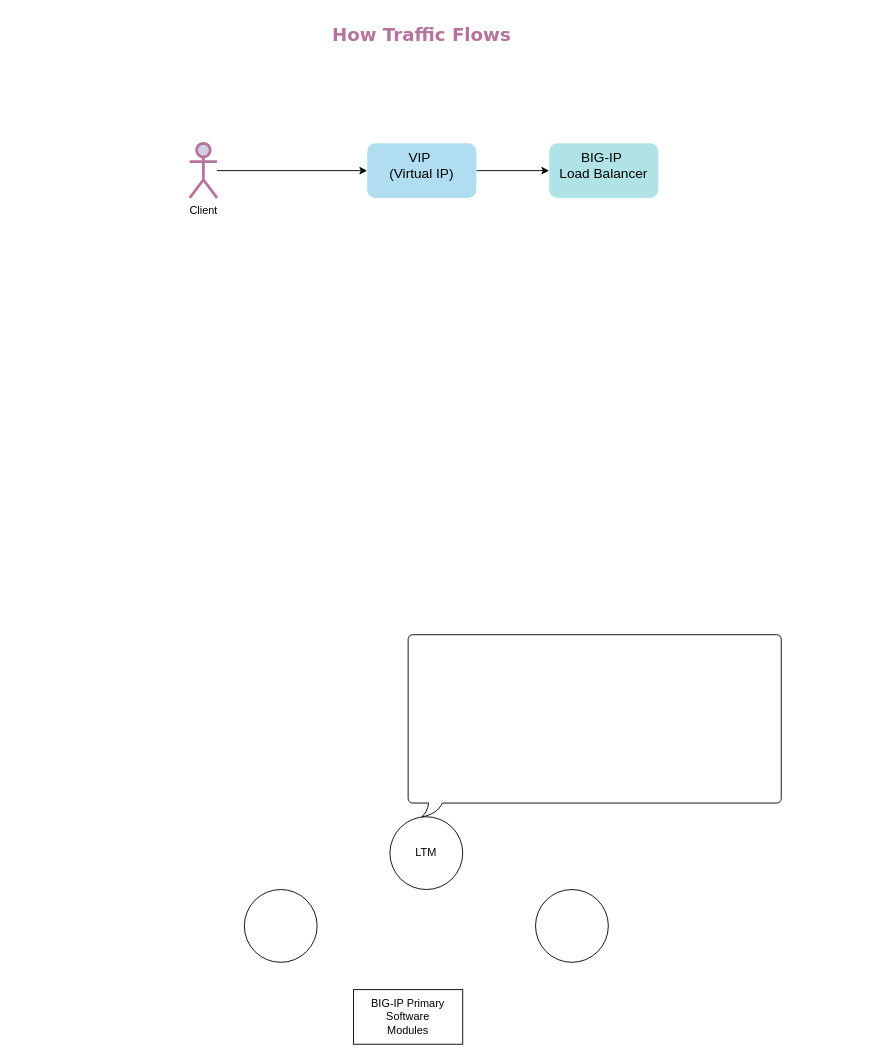
Above: bigIPSoftwareModules.drawio in shavinsenadheera/WSO2_LEARNING (draw.io), before the change. Source tidied: cells renumbered, new cells numbered last; positions are measured from the earlier drawing's top-left corner, leaving out a move shared by most shapes. Both pictures are drawn from the tidied source at 91%, with x=0, y=0 at pixel (189, 15). Pictures stored in the file or linked from it are replaced by grey dashed boxes.
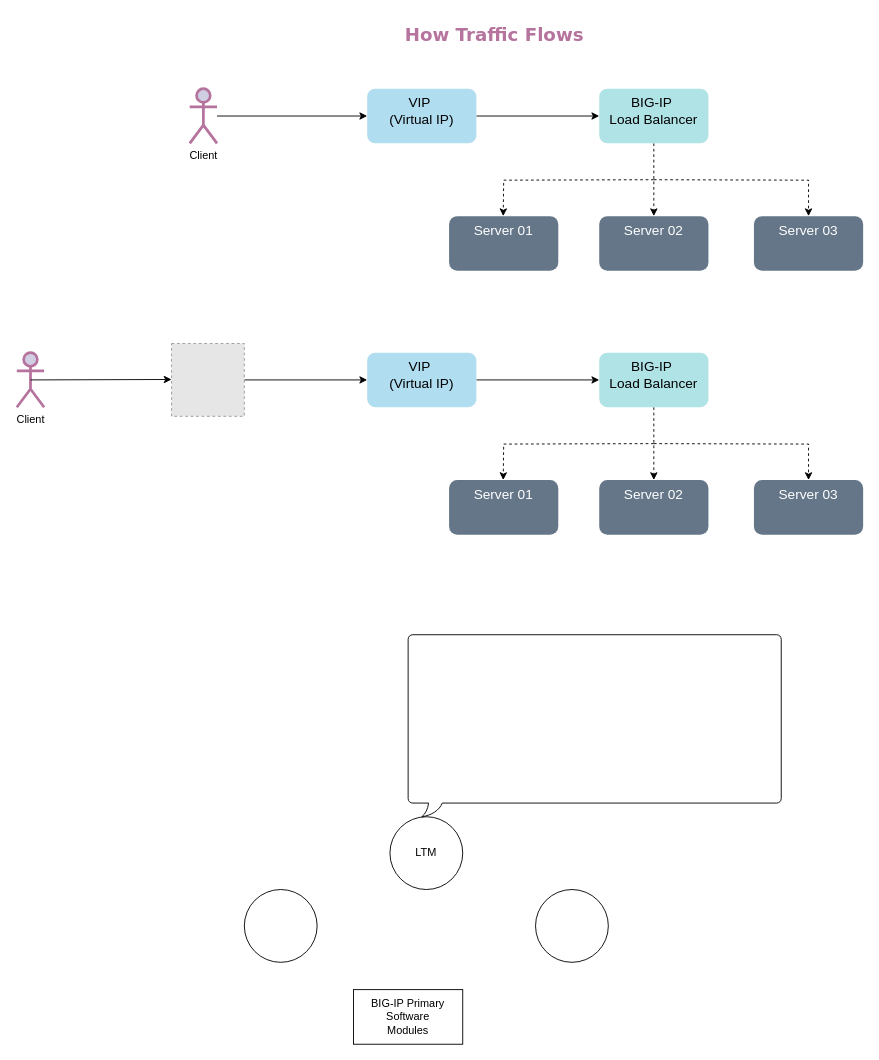
The same page after the edit.

Change to the diagram source:
```diff
@@
     <mxCell id="7" value="&lt;b&gt;&lt;font color=&quot;#b5739d&quot; face=&quot;Verdana&quot; style=&quot;font-size: 20px;&quot;&gt;How Traffic Flows&lt;/font&gt;&lt;/b&gt;" style="text;html=1;align=center;verticalAlign=middle;whiteSpace=wrap;rounded=0;" parent="1" vertex="1">
-      <mxGeometry x="50" width="410" height="40" as="geometry" />
+      <mxGeometry x="130" width="410" height="40" as="geometry" />
     </mxCell>
@@
     <mxCell id="9" value="Client" style="shape=umlActor;verticalLabelPosition=bottom;verticalAlign=top;html=1;outlineConnect=0;fillColor=#d0cee2;strokeColor=#B5739D;strokeWidth=3;" parent="1" vertex="1">
-      <mxGeometry y="140" width="30" height="60" as="geometry" />
+      <mxGeometry y="80" width="30" height="60" as="geometry" />
     </mxCell>
@@
     <mxCell id="11" value="&lt;font style=&quot;font-size: 15px;&quot;&gt;VIP&amp;nbsp;&lt;/font&gt;&lt;div&gt;&lt;font style=&quot;font-size: 15px;&quot;&gt;(Virtual IP)&lt;/font&gt;&lt;/div&gt;" style="rounded=1;whiteSpace=wrap;html=1;verticalAlign=top;fillColor=#b1ddf0;strokeColor=none;strokeWidth=3;" parent="1" vertex="1">
-      <mxGeometry x="195" y="140" width="120" height="60" as="geometry" />
+      <mxGeometry x="195" y="80" width="120" height="60" as="geometry" />
     </mxCell>
+    <mxCell id="13" style="edgeStyle=orthogonalEdgeStyle;rounded=0;jettySize=auto;html=1;dashed=1;" parent="1" edge="1" source="12" target="14">
+      <mxGeometry relative="1" as="geometry" />
+    </mxCell>
     <mxCell id="12" value="&lt;font style=&quot;font-size: 15px;&quot;&gt;BIG-IP&amp;nbsp;&lt;/font&gt;&lt;div style=&quot;font-size: 15px;&quot;&gt;&lt;font style=&quot;font-size: 15px;&quot;&gt;Load Balancer&lt;/font&gt;&lt;/div&gt;" style="rounded=1;whiteSpace=wrap;html=1;verticalAlign=top;fillColor=#b0e3e6;strokeColor=none;" parent="1" vertex="1">
-      <mxGeometry x="395" y="140" width="120" height="60" as="geometry" />
+      <mxGeometry x="450" y="80" width="120" height="60" as="geometry" />
     </mxCell>
+    <mxCell id="14" value="&lt;font style=&quot;font-size: 15px;&quot;&gt;Server 02&lt;/font&gt;" style="whiteSpace=wrap;html=1;verticalAlign=top;fillColor=#647687;strokeColor=none;rounded=1;fontColor=#ffffff;" parent="1" vertex="1">
+      <mxGeometry x="450" y="220" width="120" height="60" as="geometry" />
+    </mxCell>
+    <mxCell id="15" value="&lt;font style=&quot;font-size: 15px;&quot;&gt;Server 01&lt;/font&gt;" style="whiteSpace=wrap;html=1;verticalAlign=top;fillColor=#647687;strokeColor=none;rounded=1;fontColor=#ffffff;" parent="1" vertex="1">
+      <mxGeometry x="285" y="220" width="120" height="60" as="geometry" />
+    </mxCell>
+    <mxCell id="16" value="&lt;font style=&quot;font-size: 15px;&quot;&gt;Server 03&lt;/font&gt;" style="whiteSpace=wrap;html=1;verticalAlign=top;fillColor=#647687;strokeColor=none;rounded=1;fontColor=#ffffff;" parent="1" vertex="1">
+      <mxGeometry x="620" y="220" width="120" height="60" as="geometry" />
+    </mxCell>
+    <mxCell id="17" style="edgeStyle=orthogonalEdgeStyle;rounded=0;orthogonalLoop=1;jettySize=auto;html=1;dashed=1;" parent="1" edge="1">
+      <mxGeometry relative="1" as="geometry">
+        <mxPoint x="510" y="180" as="sourcePoint" />
+        <mxPoint x="344.5" y="220" as="targetPoint" />
+      </mxGeometry>
+    </mxCell>
+    <mxCell id="18" style="edgeStyle=orthogonalEdgeStyle;rounded=0;jettySize=auto;html=1;dashed=1;entryX=0.5;entryY=0;entryDx=0;entryDy=0;" parent="1" edge="1" target="16">
+      <mxGeometry relative="1" as="geometry">
+        <mxPoint x="510" y="180" as="sourcePoint" />
+      </mxGeometry>
+    </mxCell>
+    <mxCell id="19" style="edgeStyle=orthogonalEdgeStyle;rounded=0;jettySize=auto;html=1;exitX=1;exitY=0.5;exitDx=0;exitDy=0;" parent="1" edge="1" source="29" target="21">
+      <mxGeometry relative="1" as="geometry" />
+    </mxCell>
+    <mxCell id="20" style="edgeStyle=orthogonalEdgeStyle;rounded=0;jettySize=auto;html=1;" parent="1" edge="1" source="21" target="23">
+      <mxGeometry relative="1" as="geometry" />
+    </mxCell>
+    <mxCell id="21" value="&lt;font style=&quot;font-size: 15px;&quot;&gt;VIP&amp;nbsp;&lt;/font&gt;&lt;div&gt;&lt;font style=&quot;font-size: 15px;&quot;&gt;(Virtual IP)&lt;/font&gt;&lt;/div&gt;" style="rounded=1;whiteSpace=wrap;html=1;verticalAlign=top;fillColor=#b1ddf0;strokeColor=none;strokeWidth=3;" parent="1" vertex="1">
+      <mxGeometry x="195" y="370" width="120" height="60" as="geometry" />
+    </mxCell>
+    <mxCell id="22" style="edgeStyle=orthogonalEdgeStyle;rounded=0;jettySize=auto;html=1;dashed=1;" parent="1" edge="1" source="23" target="24">
+      <mxGeometry relative="1" as="geometry" />
+    </mxCell>
+    <mxCell id="23" value="&lt;font style=&quot;font-size: 15px;&quot;&gt;BIG-IP&amp;nbsp;&lt;/font&gt;&lt;div style=&quot;font-size: 15px;&quot;&gt;&lt;font style=&quot;font-size: 15px;&quot;&gt;Load Balancer&lt;/font&gt;&lt;/div&gt;" style="rounded=1;whiteSpace=wrap;html=1;verticalAlign=top;fillColor=#b0e3e6;strokeColor=none;" parent="1" vertex="1">
+      <mxGeometry x="450" y="370" width="120" height="60" as="geometry" />
+    </mxCell>
+    <mxCell id="24" value="&lt;font style=&quot;font-size: 15px;&quot;&gt;Server 02&lt;/font&gt;" style="whiteSpace=wrap;html=1;verticalAlign=top;fillColor=#647687;strokeColor=none;rounded=1;fontColor=#ffffff;" parent="1" vertex="1">
+      <mxGeometry x="450" y="510" width="120" height="60" as="geometry" />
+    </mxCell>
+    <mxCell id="25" value="&lt;font style=&quot;font-size: 15px;&quot;&gt;Server 01&lt;/font&gt;" style="whiteSpace=wrap;html=1;verticalAlign=top;fillColor=#647687;strokeColor=none;rounded=1;fontColor=#ffffff;" parent="1" vertex="1">
+      <mxGeometry x="285" y="510" width="120" height="60" as="geometry" />
+    </mxCell>
+    <mxCell id="26" value="&lt;font style=&quot;font-size: 15px;&quot;&gt;Server 03&lt;/font&gt;" style="whiteSpace=wrap;html=1;verticalAlign=top;fillColor=#647687;strokeColor=none;rounded=1;fontColor=#ffffff;" parent="1" vertex="1">
+      <mxGeometry x="620" y="510" width="120" height="60" as="geometry" />
+    </mxCell>
+    <mxCell id="27" style="edgeStyle=orthogonalEdgeStyle;rounded=0;orthogonalLoop=1;jettySize=auto;html=1;dashed=1;" parent="1" edge="1">
+      <mxGeometry relative="1" as="geometry">
+        <mxPoint x="510" y="470" as="sourcePoint" />
+        <mxPoint x="344.5" y="510" as="targetPoint" />
+      </mxGeometry>
+    </mxCell>
+    <mxCell id="28" style="edgeStyle=orthogonalEdgeStyle;rounded=0;jettySize=auto;html=1;dashed=1;entryX=0.5;entryY=0;entryDx=0;entryDy=0;" parent="1" edge="1" target="26">
+      <mxGeometry relative="1" as="geometry">
+        <mxPoint x="510" y="470" as="sourcePoint" />
+      </mxGeometry>
+    </mxCell>
+    <mxCell id="29" style="fillColor=#E6E6E6;strokeColor=#999999;dashed=1;verticalLabelPosition=bottom;labelBackgroundColor=default;verticalAlign=top;" parent="1" vertex="1">
+      <mxGeometry x="-20" y="360" width="80" height="80" as="geometry" />
+    </mxCell>
+    <mxCell id="30" value="Client" style="shape=umlActor;verticalLabelPosition=bottom;verticalAlign=top;html=1;outlineConnect=0;fillColor=#d0cee2;strokeColor=#B5739D;strokeWidth=3;" parent="1" vertex="1">
+      <mxGeometry x="-190" y="370" width="30" height="60" as="geometry" />
+    </mxCell>
+    <mxCell id="31" style="edgeStyle=orthogonalEdgeStyle;rounded=0;jettySize=auto;html=1;exitX=0.5;exitY=0.5;exitDx=0;exitDy=0;exitPerimeter=0;" parent="1" edge="1" source="30">
+      <mxGeometry relative="1" as="geometry">
+        <mxPoint x="-20" y="399.5" as="targetPoint" />
+      </mxGeometry>
+    </mxCell>
```
